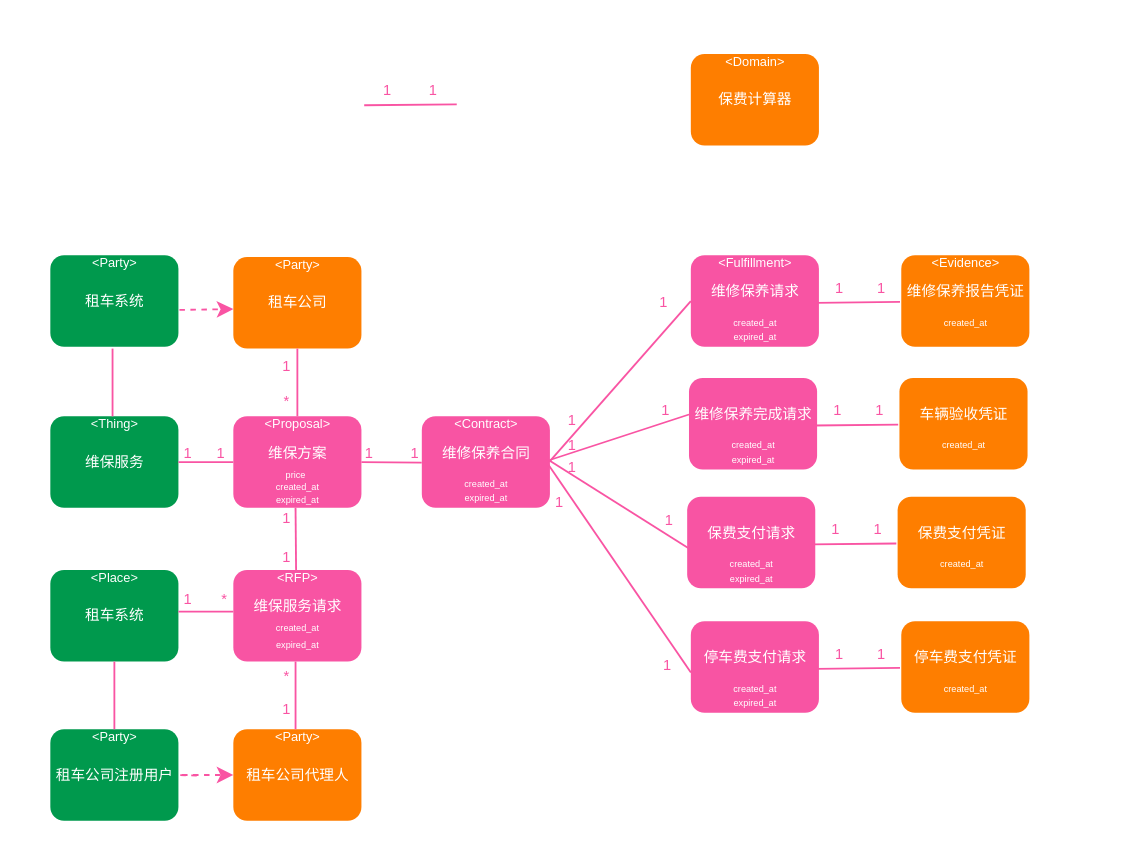
This is 飞驰租.drawio from ls5201314/8xflow-drawio-lib, a draw.io file, before an edit. Source tidied: cells renumbered, new cells numbered last; positions are measured from the earlier drawing's top-left corner, leaving out a move shared by most shapes. Both pictures are drawn from the tidied source at 183%, with x=0, y=0 at pixel (31, 31).
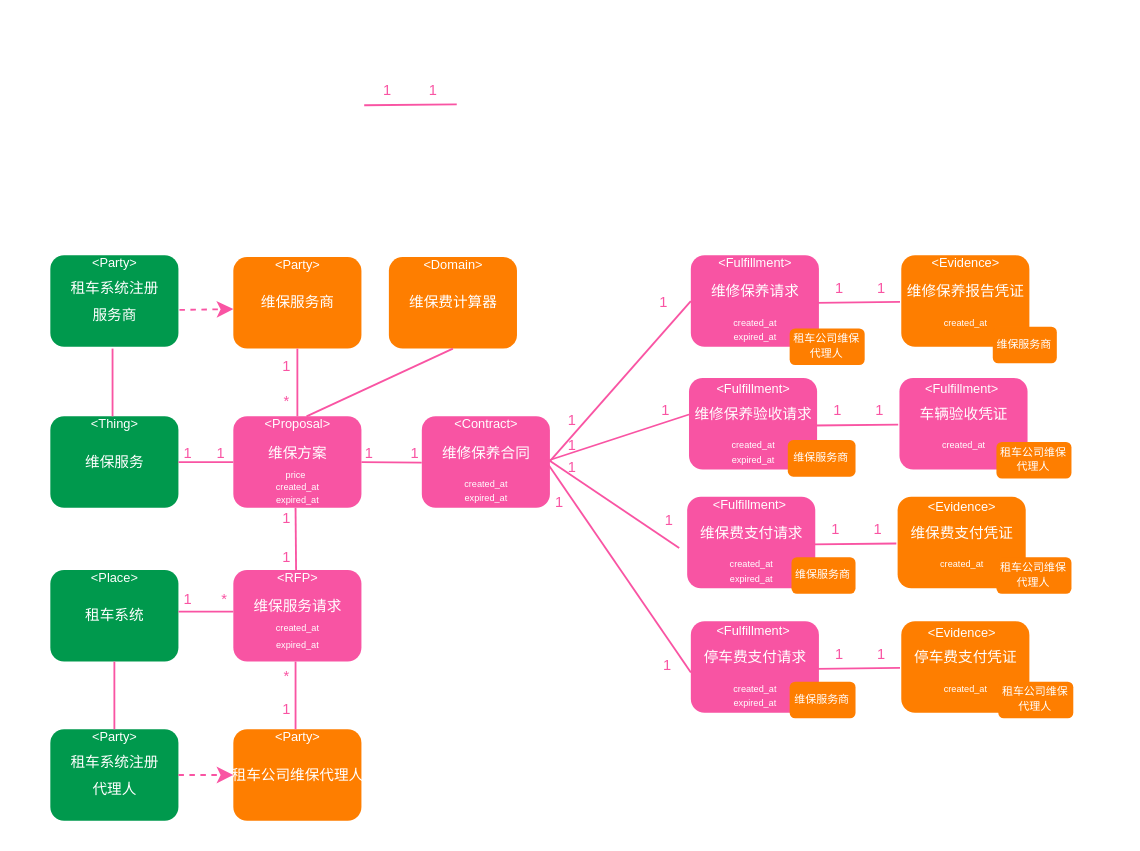
Above is the later version.

Commit message (it also covers changes not shown here):
更新飞驰租.drawio

Unchanged cells that the change refers to:
```xml
<mxCell id="30" style="rounded=1;whiteSpace=wrap;html=1;fillColor=#fe7e00;fontColor=#ffffff;strokeColor=none;" parent="29" vertex="1">
  <mxGeometry y="12" width="70" height="50" as="geometry" />
</mxCell>
<mxCell id="33" style="group;" parent="1" vertex="1">
  <mxGeometry x="110" y="111" width="75" height="62" as="geometry" />
</mxCell>
<mxCell id="38" style="group;" parent="1" vertex="1">
  <mxGeometry x="10" y="369" width="80" height="62" as="geometry" />
</mxCell>
```

Diff of the diagram source:
```diff
@@
     <mxCell id="29" style="group;" parent="1" vertex="1">
-      <mxGeometry x="360" width="70" height="62" as="geometry" />
+      <mxGeometry x="195" y="111" width="70" height="62" as="geometry" />
     </mxCell>
@@
-    <mxCell id="32" value="&lt;font color=&quot;#ffffff&quot;&gt;&lt;span style=&quot;font-size: 8px;&quot;&gt;保费计算器&lt;/span&gt;&lt;/font&gt;" style="text;html=1;align=center;verticalAlign=middle;strokeColor=none;fillColor=none;" parent="29" vertex="1">
-      <mxGeometry x="5" y="21" width="60" height="30" as="geometry" />
+    <mxCell id="32" value="&lt;font color=&quot;#ffffff&quot;&gt;&lt;span style=&quot;font-size: 8px;&quot;&gt;维保费计算器&lt;/span&gt;&lt;/font&gt;" style="text;html=1;align=center;verticalAlign=middle;strokeColor=none;fillColor=none;" parent="29" vertex="1">
+      <mxGeometry y="21" width="70" height="30" as="geometry" />
     </mxCell>
@@
-    <mxCell id="36" value="&lt;font color=&quot;#ffffff&quot;&gt;&lt;span style=&quot;font-size: 8px;&quot;&gt;租车公司&lt;/span&gt;&lt;/font&gt;" style="text;html=1;align=center;verticalAlign=middle;strokeColor=none;fillColor=none;" parent="33" vertex="1">
+    <mxCell id="36" value="&lt;font color=&quot;#ffffff&quot;&gt;&lt;span style=&quot;font-size: 8px;&quot;&gt;维保服务商&lt;/span&gt;&lt;/font&gt;" style="text;html=1;align=center;verticalAlign=middle;strokeColor=none;fillColor=none;" parent="33" vertex="1">
       <mxGeometry x="5" y="21" width="60" height="30" as="geometry" />
     </mxCell>
@@
-    <mxCell id="41" value="&lt;font color=&quot;#ffffff&quot;&gt;&lt;span style=&quot;font-size: 8px;&quot;&gt;租车公司注册用户&lt;/span&gt;&lt;/font&gt;" style="text;html=1;align=center;verticalAlign=middle;points=[];strokeColor=none;fillColor=none;" parent="38" vertex="1">
-      <mxGeometry x="-10" y="21" width="90" height="30" as="geometry" />
+    <mxCell id="41" value="&lt;font color=&quot;#ffffff&quot;&gt;&lt;span style=&quot;font-size: 8px;&quot;&gt;租车系统注册&lt;br&gt;代理人&lt;/span&gt;&lt;/font&gt;" style="text;html=1;align=center;verticalAlign=middle;points=[];strokeColor=none;fillColor=none;" parent="38" vertex="1">
+      <mxGeometry y="16" width="70" height="40" as="geometry" />
     </mxCell>
     <mxCell id="42" style="group;" parent="1" vertex="1">
-      <mxGeometry x="110" y="369" width="75" height="62" as="geometry" />
+      <mxGeometry x="110" y="369" width="85" height="62" as="geometry" />
     </mxCell>
@@
-    <mxCell id="45" value="&lt;font color=&quot;#ffffff&quot;&gt;&lt;span style=&quot;font-size: 8px;&quot;&gt;租车公司代理人&lt;/span&gt;&lt;/font&gt;" style="text;html=1;align=center;verticalAlign=middle;strokeColor=none;fillColor=none;" parent="42" vertex="1">
-      <mxGeometry x="-5" y="21" width="80" height="30" as="geometry" />
+    <mxCell id="45" value="&lt;font color=&quot;#ffffff&quot;&gt;&lt;span style=&quot;font-size: 8px;&quot;&gt;租车公司维保代理人&lt;/span&gt;&lt;/font&gt;" style="text;html=1;align=center;verticalAlign=middle;strokeColor=none;fillColor=none;" parent="42" vertex="1">
+      <mxGeometry x="-15" y="21" width="100" height="30" as="geometry" />
     </mxCell>
@@
     <mxCell id="61" style="group;" parent="1" vertex="1">
-      <mxGeometry x="10" y="110" width="80" height="62" as="geometry" />
+      <mxGeometry x="10" y="110" width="85" height="62" as="geometry" />
     </mxCell>
@@
-    <mxCell id="64" value="&lt;font color=&quot;#ffffff&quot;&gt;&lt;span style=&quot;font-size: 8px;&quot;&gt;租车系统&lt;/span&gt;&lt;/font&gt;" style="text;html=1;align=center;verticalAlign=middle;strokeColor=none;fillColor=none;" parent="61" vertex="1">
-      <mxGeometry x="5" y="21" width="60" height="30" as="geometry" />
+    <mxCell id="64" value="&lt;font color=&quot;#ffffff&quot;&gt;&lt;span style=&quot;font-size: 8px;&quot;&gt;租车系统注册&lt;br&gt;服务商&lt;/span&gt;&lt;/font&gt;" style="text;html=1;align=center;verticalAlign=middle;strokeColor=none;fillColor=none;" parent="61" vertex="1">
+      <mxGeometry y="16" width="70" height="40" as="geometry" />
     </mxCell>
@@
-    <mxCell id="78" style="group;" parent="1" vertex="1">
+    <mxCell id="78" style="group;fontSize=6;" parent="1" vertex="1">
       <mxGeometry x="419" y="110" width="80" height="76" as="geometry" />
     </mxCell>
@@
+    <mxCell id="139" style="group;fontSize=11;" parent="78" vertex="1">
+      <mxGeometry x="-4" y="46" width="60" height="26" as="geometry" />
+    </mxCell>
+    <mxCell id="140" value="租车公司维保代理人" style="rounded=1;whiteSpace=wrap;html=1;fillColor=#fe7e00;fontColor=#ffffff;strokeColor=none;fontSize=6;" parent="139" vertex="1">
+      <mxGeometry x="-1" y="6" width="41" height="20" as="geometry" />
+    </mxCell>
@@
-    <mxCell id="95" value="&lt;font color=&quot;#ffffff&quot;&gt;&lt;span style=&quot;font-size: 8px;&quot;&gt;维修保养完成请求&lt;/span&gt;&lt;/font&gt;" style="text;html=1;align=center;verticalAlign=middle;strokeColor=none;fillColor=none;" parent="1" vertex="1">
+    <mxCell id="95" value="&lt;font color=&quot;#ffffff&quot;&gt;&lt;span style=&quot;font-size: 8px;&quot;&gt;维修保养验收请求&lt;/span&gt;&lt;/font&gt;" style="text;html=1;align=center;verticalAlign=middle;strokeColor=none;fillColor=none;" parent="1" vertex="1">
       <mxGeometry x="349" y="193" width="90" height="30" as="geometry" />
     </mxCell>
@@
-    <mxCell id="98" style="rounded=1;whiteSpace=wrap;html=1;fillColor=#fe7e00;fontColor=#ffffff;strokeColor=none;" parent="1" vertex="1">
+    <mxCell id="98" style="rounded=1;whiteSpace=wrap;html=1;fillColor=#F954A3;fontColor=#ffffff;strokeColor=none;" parent="1" vertex="1">
       <mxGeometry x="474" y="189" width="70" height="50" as="geometry" />
     </mxCell>
@@
-    <mxCell id="106" value="&lt;font color=&quot;#ffffff&quot;&gt;&lt;span style=&quot;font-size: 8px;&quot;&gt;保费支付请求&lt;/span&gt;&lt;/font&gt;" style="text;html=1;align=center;verticalAlign=middle;points=[];strokeColor=none;fillColor=none;" parent="1" vertex="1">
-      <mxGeometry x="358" y="258" width="70" height="30" as="geometry" />
+    <mxCell id="106" value="&lt;font color=&quot;#ffffff&quot;&gt;&lt;span style=&quot;font-size: 8px;&quot;&gt;维保费支付请求&lt;/span&gt;&lt;/font&gt;" style="text;html=1;align=center;verticalAlign=middle;points=[];strokeColor=none;fillColor=none;" parent="1" vertex="1">
+      <mxGeometry x="353" y="258" width="80" height="30" as="geometry" />
     </mxCell>
@@
-    <mxCell id="110" value="&lt;font color=&quot;#ffffff&quot;&gt;&lt;span style=&quot;font-size: 8px;&quot;&gt;保费支付凭证&lt;/span&gt;&lt;/font&gt;" style="text;html=1;align=center;verticalAlign=middle;strokeColor=none;fillColor=none;" parent="1" vertex="1">
-      <mxGeometry x="473" y="258" width="70" height="30" as="geometry" />
+    <mxCell id="110" value="&lt;font color=&quot;#ffffff&quot;&gt;&lt;span style=&quot;font-size: 8px;&quot;&gt;维保费支付凭证&lt;/span&gt;&lt;/font&gt;" style="text;html=1;align=center;verticalAlign=middle;strokeColor=none;fillColor=none;" parent="1" vertex="1">
+      <mxGeometry x="468" y="258" width="80" height="30" as="geometry" />
     </mxCell>
@@
+    <mxCell id="141" style="group;fontSize=11;" parent="1" vertex="1">
+      <mxGeometry x="460" y="166" width="100" height="26" as="geometry" />
+    </mxCell>
+    <mxCell id="142" value="维保服务商" style="rounded=1;whiteSpace=wrap;html=1;fillColor=#fe7e00;fontColor=#ffffff;strokeColor=none;fontSize=6;" parent="141" vertex="1">
+      <mxGeometry x="65" y="-5" width="35" height="20" as="geometry" />
+    </mxCell>
+    <mxCell id="143" value="维保服务商" style="rounded=1;whiteSpace=wrap;html=1;fillColor=#fe7e00;fontColor=#ffffff;strokeColor=none;fontSize=6;" parent="1" vertex="1">
+      <mxGeometry x="413" y="223" width="37" height="20" as="geometry" />
+    </mxCell>
+    <mxCell id="144" value="维保服务商" style="rounded=1;whiteSpace=wrap;html=1;fillColor=#fe7e00;fontColor=#ffffff;strokeColor=none;fontSize=6;" parent="1" vertex="1">
+      <mxGeometry x="415" y="287" width="35" height="20" as="geometry" />
+    </mxCell>
+    <mxCell id="145" style="group;fontSize=11;" parent="1" vertex="1">
+      <mxGeometry x="528" y="218" width="60" height="26" as="geometry" />
+    </mxCell>
+    <mxCell id="146" value="租车公司维保代理人" style="rounded=1;whiteSpace=wrap;html=1;fillColor=#fe7e00;fontColor=#ffffff;strokeColor=none;fontSize=6;" parent="145" vertex="1">
+      <mxGeometry x="-1" y="6" width="41" height="20" as="geometry" />
+    </mxCell>
+    <mxCell id="147" style="group;fontSize=11;" parent="1" vertex="1">
+      <mxGeometry x="528" y="281" width="60" height="26" as="geometry" />
+    </mxCell>
+    <mxCell id="148" value="租车公司维保代理人" style="rounded=1;whiteSpace=wrap;html=1;fillColor=#fe7e00;fontColor=#ffffff;strokeColor=none;fontSize=6;" parent="147" vertex="1">
+      <mxGeometry x="-1" y="6" width="41" height="20" as="geometry" />
+    </mxCell>
+    <mxCell id="149" value="维保服务商" style="rounded=1;whiteSpace=wrap;html=1;fillColor=#fe7e00;fontColor=#ffffff;strokeColor=none;fontSize=6;" parent="1" vertex="1">
+      <mxGeometry x="414" y="355" width="36" height="20" as="geometry" />
+    </mxCell>
+    <mxCell id="150" style="group;fontSize=11;" parent="1" vertex="1">
+      <mxGeometry x="529" y="349" width="60" height="26" as="geometry" />
+    </mxCell>
+    <mxCell id="151" value="租车公司维保代理人" style="rounded=1;whiteSpace=wrap;html=1;fillColor=#fe7e00;fontColor=#ffffff;strokeColor=none;fontSize=6;" parent="150" vertex="1">
+      <mxGeometry x="-1" y="6" width="41" height="20" as="geometry" />
+    </mxCell>
+    <mxCell id="152" value="&lt;font style=&quot;font-size: 7px;&quot;&gt;&amp;lt;Fulfillment&amp;gt;&lt;/font&gt;" style="text;html=1;align=center;verticalAlign=middle;strokeColor=none;fillColor=none;fontColor=#FFFFFF;" parent="1" vertex="1">
+      <mxGeometry x="364" y="179" width="60" height="30" as="geometry" />
+    </mxCell>
+    <mxCell id="153" value="&lt;font style=&quot;font-size: 7px;&quot;&gt;&amp;lt;Fulfillment&amp;gt;&lt;/font&gt;" style="text;html=1;align=center;verticalAlign=middle;strokeColor=none;fillColor=none;fontColor=#FFFFFF;" parent="1" vertex="1">
+      <mxGeometry x="478" y="179" width="60" height="30" as="geometry" />
+    </mxCell>
+    <mxCell id="154" value="&lt;font style=&quot;font-size: 7px;&quot;&gt;&amp;lt;Fulfillment&amp;gt;&lt;/font&gt;" style="text;html=1;align=center;verticalAlign=middle;strokeColor=none;fillColor=none;fontColor=#FFFFFF;" parent="1" vertex="1">
+      <mxGeometry x="362" y="242" width="60" height="30" as="geometry" />
+    </mxCell>
+    <mxCell id="155" value="&lt;font style=&quot;font-size: 7px;&quot;&gt;&amp;lt;Fulfillment&amp;gt;&lt;/font&gt;" style="text;html=1;align=center;verticalAlign=middle;strokeColor=none;fillColor=none;fontColor=#FFFFFF;" parent="1" vertex="1">
+      <mxGeometry x="364" y="311" width="60" height="30" as="geometry" />
+    </mxCell>
+    <mxCell id="156" value="&lt;font style=&quot;font-size: 7px;&quot;&gt;&amp;lt;Evidence&amp;gt;&lt;/font&gt;" style="text;html=1;align=center;verticalAlign=middle;strokeColor=none;fillColor=none;fontColor=#FFFFFF;" parent="1" vertex="1">
+      <mxGeometry x="478" y="243" width="60" height="30" as="geometry" />
+    </mxCell>
+    <mxCell id="157" value="&lt;font style=&quot;font-size: 7px;&quot;&gt;&amp;lt;Evidence&amp;gt;&lt;/font&gt;" style="text;html=1;align=center;verticalAlign=middle;strokeColor=none;fillColor=none;fontColor=#FFFFFF;" parent="1" vertex="1">
+      <mxGeometry x="478" y="312" width="60" height="30" as="geometry" />
+    </mxCell>
+    <mxCell id="158" style="endArrow=none;html=1;rounded=0;exitX=0.5;exitY=1;exitDx=0;exitDy=0;strokeColor=#F954A3;" parent="1" edge="1" source="30">
+      <mxGeometry relative="1" as="geometry">
+        <mxPoint x="150" y="210" as="targetPoint" />
+      </mxGeometry>
+    </mxCell>
```
